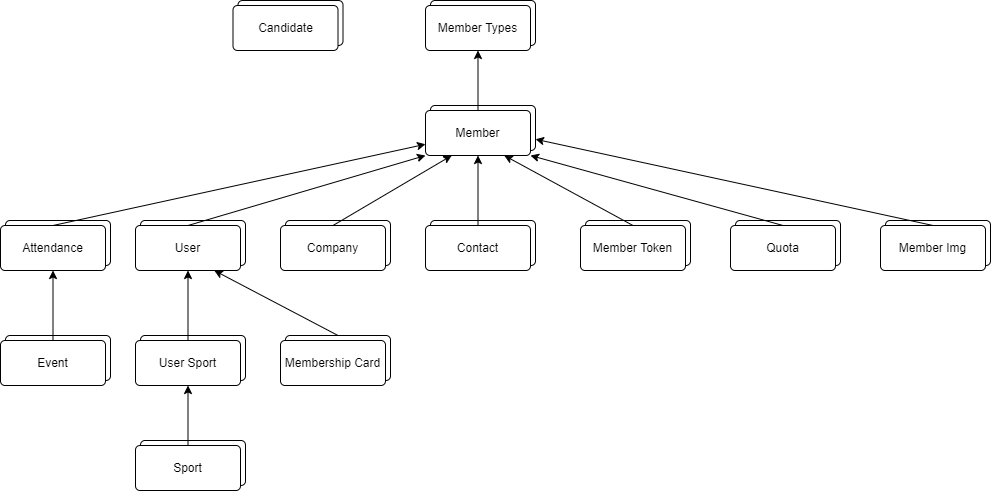
This is docs/Simple-DB-model.png from BernardoFMF/surf-management-app, a draw.io export, as it was before one commit. Source tidied: cells renumbered, new cells last; positions are measured from the earlier drawing's top-left corner, leaving out a move shared by most shapes. Its diagram source:
```xml
<mxGraphModel>
  <root>
    <mxCell id="0" />
    <mxCell id="1" parent="0" />
    <mxCell id="2" value="Entity" style="rounded=1;arcSize=10;whiteSpace=wrap;html=1;align=center;" parent="1" vertex="1">
      <mxGeometry x="430" y="105" width="105" height="45" as="geometry" />
    </mxCell>
    <mxCell id="3" value="Member" style="rounded=1;arcSize=10;whiteSpace=wrap;html=1;align=center;" parent="1" vertex="1">
      <mxGeometry x="425" y="110" width="105" height="45" as="geometry" />
    </mxCell>
    <mxCell id="4" value="Entity" style="rounded=1;arcSize=10;whiteSpace=wrap;html=1;align=center;" parent="1" vertex="1">
      <mxGeometry x="735" y="220" width="105" height="45" as="geometry" />
    </mxCell>
    <mxCell id="5" value="Quota" style="rounded=1;arcSize=10;whiteSpace=wrap;html=1;align=center;" parent="1" vertex="1">
      <mxGeometry x="730" y="225" width="105" height="45" as="geometry" />
    </mxCell>
    <mxCell id="6" value="Entity" style="rounded=1;arcSize=10;whiteSpace=wrap;html=1;align=center;" parent="1" vertex="1">
      <mxGeometry x="430" width="105" height="45" as="geometry" />
    </mxCell>
    <mxCell id="7" value="Member Types" style="rounded=1;arcSize=10;whiteSpace=wrap;html=1;align=center;" parent="1" vertex="1">
      <mxGeometry x="425" y="5" width="105" height="45" as="geometry" />
    </mxCell>
    <mxCell id="8" value="Entity" style="rounded=1;arcSize=10;whiteSpace=wrap;html=1;align=center;" parent="1" vertex="1">
      <mxGeometry x="585" y="220" width="105" height="45" as="geometry" />
    </mxCell>
    <mxCell id="9" value="Member Token" style="rounded=1;arcSize=10;whiteSpace=wrap;html=1;align=center;" parent="1" vertex="1">
      <mxGeometry x="580" y="225" width="105" height="45" as="geometry" />
    </mxCell>
    <mxCell id="10" value="Entity" style="rounded=1;arcSize=10;whiteSpace=wrap;html=1;align=center;" parent="1" vertex="1">
      <mxGeometry x="430" y="220" width="105" height="45" as="geometry" />
    </mxCell>
    <mxCell id="11" value="Contact" style="rounded=1;arcSize=10;whiteSpace=wrap;html=1;align=center;" parent="1" vertex="1">
      <mxGeometry x="425" y="225" width="105" height="45" as="geometry" />
    </mxCell>
    <mxCell id="12" value="Entity" style="rounded=1;arcSize=10;whiteSpace=wrap;html=1;align=center;" parent="1" vertex="1">
      <mxGeometry x="285" y="220" width="105" height="45" as="geometry" />
    </mxCell>
    <mxCell id="13" value="Company" style="rounded=1;arcSize=10;whiteSpace=wrap;html=1;align=center;" parent="1" vertex="1">
      <mxGeometry x="280" y="225" width="105" height="45" as="geometry" />
    </mxCell>
    <mxCell id="14" value="Entity" style="rounded=1;arcSize=10;whiteSpace=wrap;html=1;align=center;" parent="1" vertex="1">
      <mxGeometry x="140" y="220" width="105" height="45" as="geometry" />
    </mxCell>
    <mxCell id="15" value="User" style="rounded=1;arcSize=10;whiteSpace=wrap;html=1;align=center;" parent="1" vertex="1">
      <mxGeometry x="135" y="225" width="105" height="45" as="geometry" />
    </mxCell>
    <mxCell id="16" value="Entity" style="rounded=1;arcSize=10;whiteSpace=wrap;html=1;align=center;" parent="1" vertex="1">
      <mxGeometry x="5" y="220" width="105" height="45" as="geometry" />
    </mxCell>
    <mxCell id="17" value="Attendance" style="rounded=1;arcSize=10;whiteSpace=wrap;html=1;align=center;" parent="1" vertex="1">
      <mxGeometry y="225" width="105" height="45" as="geometry" />
    </mxCell>
    <mxCell id="18" value="Entity" style="rounded=1;arcSize=10;whiteSpace=wrap;html=1;align=center;" parent="1" vertex="1">
      <mxGeometry x="5" y="335" width="105" height="45" as="geometry" />
    </mxCell>
    <mxCell id="19" value="Event" style="rounded=1;arcSize=10;whiteSpace=wrap;html=1;align=center;" parent="1" vertex="1">
      <mxGeometry y="340" width="105" height="45" as="geometry" />
    </mxCell>
    <mxCell id="20" value="Entity" style="rounded=1;arcSize=10;whiteSpace=wrap;html=1;align=center;" parent="1" vertex="1">
      <mxGeometry x="140" y="335" width="105" height="45" as="geometry" />
    </mxCell>
    <mxCell id="21" value="User Sport" style="rounded=1;arcSize=10;whiteSpace=wrap;html=1;align=center;" parent="1" vertex="1">
      <mxGeometry x="135" y="340" width="105" height="45" as="geometry" />
    </mxCell>
    <mxCell id="22" value="Entity" style="rounded=1;arcSize=10;whiteSpace=wrap;html=1;align=center;" parent="1" vertex="1">
      <mxGeometry x="140" y="440" width="105" height="45" as="geometry" />
    </mxCell>
    <mxCell id="23" value="Sport" style="rounded=1;arcSize=10;whiteSpace=wrap;html=1;align=center;" parent="1" vertex="1">
      <mxGeometry x="135" y="445" width="105" height="45" as="geometry" />
    </mxCell>
    <mxCell id="24" value="Entity" style="rounded=1;arcSize=10;whiteSpace=wrap;html=1;align=center;" parent="1" vertex="1">
      <mxGeometry x="285" y="335" width="105" height="45" as="geometry" />
    </mxCell>
    <mxCell id="25" value="Membership Card" style="rounded=1;arcSize=10;whiteSpace=wrap;html=1;align=center;" parent="1" vertex="1">
      <mxGeometry x="280" y="340" width="105" height="45" as="geometry" />
    </mxCell>
    <mxCell id="26" value="Entity" style="rounded=1;arcSize=10;whiteSpace=wrap;html=1;align=center;" parent="1" vertex="1">
      <mxGeometry x="885" y="220" width="105" height="45" as="geometry" />
    </mxCell>
    <mxCell id="27" value="Member Img" style="rounded=1;arcSize=10;whiteSpace=wrap;html=1;align=center;" parent="1" vertex="1">
      <mxGeometry x="880" y="225" width="105" height="45" as="geometry" />
    </mxCell>
    <mxCell id="28" value="Entity" style="rounded=1;arcSize=10;whiteSpace=wrap;html=1;align=center;" parent="1" vertex="1">
      <mxGeometry x="237.5" width="105" height="45" as="geometry" />
    </mxCell>
    <mxCell id="29" value="Candidate" style="rounded=1;arcSize=10;whiteSpace=wrap;html=1;align=center;" parent="1" vertex="1">
      <mxGeometry x="232.5" y="5" width="105" height="45" as="geometry" />
    </mxCell>
    <mxCell id="30" style="endArrow=classic;html=1;rounded=0;entryX=0.5;entryY=1;entryDx=0;entryDy=0;exitX=0.5;exitY=0;exitDx=0;exitDy=0;" parent="1" edge="1" source="11" target="3">
      <mxGeometry relative="1" as="geometry" />
    </mxCell>
    <mxCell id="31" style="endArrow=classic;html=1;rounded=0;exitX=0.5;exitY=0;exitDx=0;exitDy=0;entryX=0.25;entryY=1;entryDx=0;entryDy=0;" parent="1" edge="1" source="13" target="3">
      <mxGeometry relative="1" as="geometry" />
    </mxCell>
    <mxCell id="32" style="endArrow=classic;html=1;rounded=0;exitX=0.5;exitY=0;exitDx=0;exitDy=0;entryX=0;entryY=1;entryDx=0;entryDy=0;" parent="1" edge="1" source="15" target="3">
      <mxGeometry relative="1" as="geometry" />
    </mxCell>
    <mxCell id="33" style="endArrow=classic;html=1;rounded=0;exitX=0.5;exitY=0;exitDx=0;exitDy=0;entryX=0;entryY=0.75;entryDx=0;entryDy=0;" parent="1" edge="1" source="17" target="3">
      <mxGeometry relative="1" as="geometry" />
    </mxCell>
    <mxCell id="34" style="endArrow=classic;html=1;rounded=0;exitX=0.5;exitY=0;exitDx=0;exitDy=0;entryX=0.75;entryY=1;entryDx=0;entryDy=0;" parent="1" edge="1" source="9" target="3">
      <mxGeometry relative="1" as="geometry" />
    </mxCell>
    <mxCell id="35" style="endArrow=classic;html=1;rounded=0;exitX=0.5;exitY=0;exitDx=0;exitDy=0;entryX=1;entryY=1;entryDx=0;entryDy=0;" parent="1" edge="1" source="5" target="3">
      <mxGeometry relative="1" as="geometry" />
    </mxCell>
    <mxCell id="36" style="endArrow=classic;html=1;rounded=0;exitX=0.5;exitY=0;exitDx=0;exitDy=0;entryX=1;entryY=0.75;entryDx=0;entryDy=0;" parent="1" edge="1" source="27" target="2">
      <mxGeometry relative="1" as="geometry" />
    </mxCell>
    <mxCell id="37" style="endArrow=classic;html=1;rounded=0;exitX=0.5;exitY=0;exitDx=0;exitDy=0;entryX=0.5;entryY=1;entryDx=0;entryDy=0;" parent="1" edge="1" source="3" target="7">
      <mxGeometry relative="1" as="geometry" />
    </mxCell>
    <mxCell id="38" style="endArrow=classic;html=1;rounded=0;exitX=0.5;exitY=0;exitDx=0;exitDy=0;entryX=0.75;entryY=1;entryDx=0;entryDy=0;" parent="1" edge="1" source="24" target="15">
      <mxGeometry relative="1" as="geometry" />
    </mxCell>
    <mxCell id="39" style="endArrow=classic;html=1;rounded=0;exitX=0.5;exitY=0;exitDx=0;exitDy=0;entryX=0.5;entryY=1;entryDx=0;entryDy=0;" parent="1" edge="1" source="21" target="15">
      <mxGeometry relative="1" as="geometry" />
    </mxCell>
    <mxCell id="40" style="endArrow=classic;html=1;rounded=0;exitX=0.5;exitY=0;exitDx=0;exitDy=0;entryX=0.5;entryY=1;entryDx=0;entryDy=0;" parent="1" edge="1" source="19" target="17">
      <mxGeometry relative="1" as="geometry" />
    </mxCell>
    <mxCell id="41" style="endArrow=classic;html=1;rounded=0;exitX=0.5;exitY=0;exitDx=0;exitDy=0;entryX=0.5;entryY=1;entryDx=0;entryDy=0;" parent="1" edge="1" source="23" target="21">
      <mxGeometry relative="1" as="geometry" />
    </mxCell>
  </root>
</mxGraphModel>
```
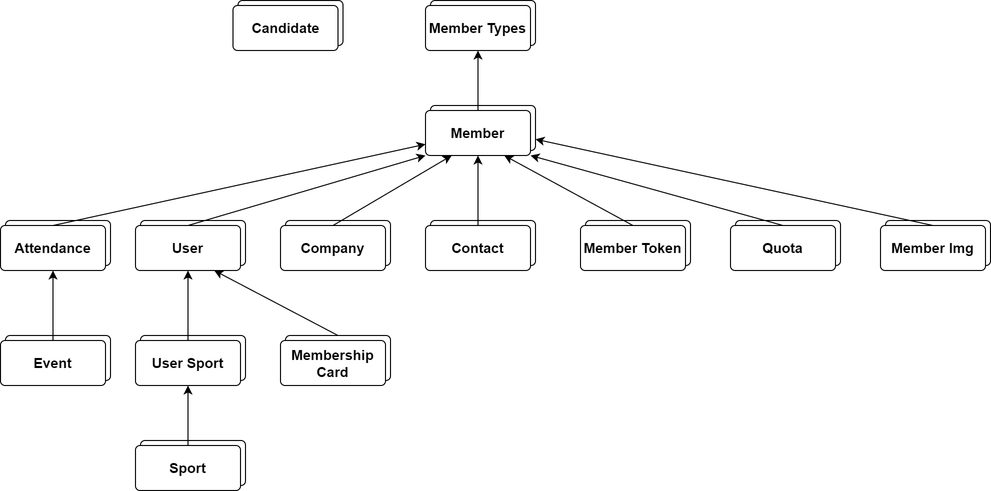
After the change.

Commit message:
Simple data model

The edit, as a diff of the source:
```diff
@@ -5,85 +5,85 @@
     <mxCell id="2" value="Entity" style="rounded=1;arcSize=10;whiteSpace=wrap;html=1;align=center;" parent="1" vertex="1">
       <mxGeometry x="430" y="105" width="105" height="45" as="geometry" />
     </mxCell>
-    <mxCell id="3" value="Member" style="rounded=1;arcSize=10;whiteSpace=wrap;html=1;align=center;" parent="1" vertex="1">
+    <mxCell id="3" value="&lt;b&gt;&lt;font style=&quot;font-size: 14px;&quot;&gt;Member&lt;/font&gt;&lt;/b&gt;" style="rounded=1;arcSize=10;whiteSpace=wrap;html=1;align=center;" parent="1" vertex="1">
       <mxGeometry x="425" y="110" width="105" height="45" as="geometry" />
     </mxCell>
     <mxCell id="4" value="Entity" style="rounded=1;arcSize=10;whiteSpace=wrap;html=1;align=center;" parent="1" vertex="1">
       <mxGeometry x="735" y="220" width="105" height="45" as="geometry" />
     </mxCell>
-    <mxCell id="5" value="Quota" style="rounded=1;arcSize=10;whiteSpace=wrap;html=1;align=center;" parent="1" vertex="1">
+    <mxCell id="5" value="&lt;b&gt;&lt;font style=&quot;font-size: 14px;&quot;&gt;Quota&lt;/font&gt;&lt;/b&gt;" style="rounded=1;arcSize=10;whiteSpace=wrap;html=1;align=center;" parent="1" vertex="1">
       <mxGeometry x="730" y="225" width="105" height="45" as="geometry" />
     </mxCell>
     <mxCell id="6" value="Entity" style="rounded=1;arcSize=10;whiteSpace=wrap;html=1;align=center;" parent="1" vertex="1">
       <mxGeometry x="430" width="105" height="45" as="geometry" />
     </mxCell>
-    <mxCell id="7" value="Member Types" style="rounded=1;arcSize=10;whiteSpace=wrap;html=1;align=center;" parent="1" vertex="1">
+    <mxCell id="7" value="&lt;b&gt;&lt;font style=&quot;font-size: 14px;&quot;&gt;Member Types&lt;/font&gt;&lt;/b&gt;" style="rounded=1;arcSize=10;whiteSpace=wrap;html=1;align=center;" parent="1" vertex="1">
       <mxGeometry x="425" y="5" width="105" height="45" as="geometry" />
     </mxCell>
     <mxCell id="8" value="Entity" style="rounded=1;arcSize=10;whiteSpace=wrap;html=1;align=center;" parent="1" vertex="1">
       <mxGeometry x="585" y="220" width="105" height="45" as="geometry" />
     </mxCell>
-    <mxCell id="9" value="Member Token" style="rounded=1;arcSize=10;whiteSpace=wrap;html=1;align=center;" parent="1" vertex="1">
+    <mxCell id="9" value="&lt;b&gt;&lt;font style=&quot;font-size: 14px;&quot;&gt;Member Token&lt;/font&gt;&lt;/b&gt;" style="rounded=1;arcSize=10;whiteSpace=wrap;html=1;align=center;" parent="1" vertex="1">
       <mxGeometry x="580" y="225" width="105" height="45" as="geometry" />
     </mxCell>
     <mxCell id="10" value="Entity" style="rounded=1;arcSize=10;whiteSpace=wrap;html=1;align=center;" parent="1" vertex="1">
       <mxGeometry x="430" y="220" width="105" height="45" as="geometry" />
     </mxCell>
-    <mxCell id="11" value="Contact" style="rounded=1;arcSize=10;whiteSpace=wrap;html=1;align=center;" parent="1" vertex="1">
+    <mxCell id="11" value="&lt;b&gt;&lt;font style=&quot;font-size: 14px;&quot;&gt;Contact&lt;/font&gt;&lt;/b&gt;" style="rounded=1;arcSize=10;whiteSpace=wrap;html=1;align=center;" parent="1" vertex="1">
       <mxGeometry x="425" y="225" width="105" height="45" as="geometry" />
     </mxCell>
     <mxCell id="12" value="Entity" style="rounded=1;arcSize=10;whiteSpace=wrap;html=1;align=center;" parent="1" vertex="1">
       <mxGeometry x="285" y="220" width="105" height="45" as="geometry" />
     </mxCell>
-    <mxCell id="13" value="Company" style="rounded=1;arcSize=10;whiteSpace=wrap;html=1;align=center;" parent="1" vertex="1">
+    <mxCell id="13" value="&lt;b&gt;&lt;font style=&quot;font-size: 14px;&quot;&gt;Company&lt;/font&gt;&lt;/b&gt;" style="rounded=1;arcSize=10;whiteSpace=wrap;html=1;align=center;" parent="1" vertex="1">
       <mxGeometry x="280" y="225" width="105" height="45" as="geometry" />
     </mxCell>
     <mxCell id="14" value="Entity" style="rounded=1;arcSize=10;whiteSpace=wrap;html=1;align=center;" parent="1" vertex="1">
       <mxGeometry x="140" y="220" width="105" height="45" as="geometry" />
     </mxCell>
-    <mxCell id="15" value="User" style="rounded=1;arcSize=10;whiteSpace=wrap;html=1;align=center;" parent="1" vertex="1">
+    <mxCell id="15" value="&lt;b&gt;&lt;font style=&quot;font-size: 14px;&quot;&gt;User&lt;/font&gt;&lt;/b&gt;" style="rounded=1;arcSize=10;whiteSpace=wrap;html=1;align=center;" parent="1" vertex="1">
       <mxGeometry x="135" y="225" width="105" height="45" as="geometry" />
     </mxCell>
     <mxCell id="16" value="Entity" style="rounded=1;arcSize=10;whiteSpace=wrap;html=1;align=center;" parent="1" vertex="1">
       <mxGeometry x="5" y="220" width="105" height="45" as="geometry" />
     </mxCell>
-    <mxCell id="17" value="Attendance" style="rounded=1;arcSize=10;whiteSpace=wrap;html=1;align=center;" parent="1" vertex="1">
+    <mxCell id="17" value="&lt;b&gt;&lt;font style=&quot;font-size: 14px;&quot;&gt;Attendance&lt;/font&gt;&lt;/b&gt;" style="rounded=1;arcSize=10;whiteSpace=wrap;html=1;align=center;" parent="1" vertex="1">
       <mxGeometry y="225" width="105" height="45" as="geometry" />
     </mxCell>
     <mxCell id="18" value="Entity" style="rounded=1;arcSize=10;whiteSpace=wrap;html=1;align=center;" parent="1" vertex="1">
       <mxGeometry x="5" y="335" width="105" height="45" as="geometry" />
     </mxCell>
-    <mxCell id="19" value="Event" style="rounded=1;arcSize=10;whiteSpace=wrap;html=1;align=center;" parent="1" vertex="1">
+    <mxCell id="19" value="&lt;b&gt;&lt;font style=&quot;font-size: 14px;&quot;&gt;Event&lt;/font&gt;&lt;/b&gt;" style="rounded=1;arcSize=10;whiteSpace=wrap;html=1;align=center;" parent="1" vertex="1">
       <mxGeometry y="340" width="105" height="45" as="geometry" />
     </mxCell>
     <mxCell id="20" value="Entity" style="rounded=1;arcSize=10;whiteSpace=wrap;html=1;align=center;" parent="1" vertex="1">
       <mxGeometry x="140" y="335" width="105" height="45" as="geometry" />
     </mxCell>
-    <mxCell id="21" value="User Sport" style="rounded=1;arcSize=10;whiteSpace=wrap;html=1;align=center;" parent="1" vertex="1">
+    <mxCell id="21" value="&lt;b&gt;&lt;font style=&quot;font-size: 14px;&quot;&gt;User Sport&lt;/font&gt;&lt;/b&gt;" style="rounded=1;arcSize=10;whiteSpace=wrap;html=1;align=center;" parent="1" vertex="1">
       <mxGeometry x="135" y="340" width="105" height="45" as="geometry" />
     </mxCell>
     <mxCell id="22" value="Entity" style="rounded=1;arcSize=10;whiteSpace=wrap;html=1;align=center;" parent="1" vertex="1">
       <mxGeometry x="140" y="440" width="105" height="45" as="geometry" />
     </mxCell>
-    <mxCell id="23" value="Sport" style="rounded=1;arcSize=10;whiteSpace=wrap;html=1;align=center;" parent="1" vertex="1">
+    <mxCell id="23" value="&lt;b&gt;&lt;font style=&quot;font-size: 14px;&quot;&gt;Sport&lt;/font&gt;&lt;/b&gt;" style="rounded=1;arcSize=10;whiteSpace=wrap;html=1;align=center;" parent="1" vertex="1">
       <mxGeometry x="135" y="445" width="105" height="45" as="geometry" />
     </mxCell>
     <mxCell id="24" value="Entity" style="rounded=1;arcSize=10;whiteSpace=wrap;html=1;align=center;" parent="1" vertex="1">
       <mxGeometry x="285" y="335" width="105" height="45" as="geometry" />
     </mxCell>
-    <mxCell id="25" value="Membership Card" style="rounded=1;arcSize=10;whiteSpace=wrap;html=1;align=center;" parent="1" vertex="1">
+    <mxCell id="25" value="&lt;b&gt;&lt;font style=&quot;font-size: 14px;&quot;&gt;Membership Card&lt;/font&gt;&lt;/b&gt;" style="rounded=1;arcSize=10;whiteSpace=wrap;html=1;align=center;" parent="1" vertex="1">
       <mxGeometry x="280" y="340" width="105" height="45" as="geometry" />
     </mxCell>
     <mxCell id="26" value="Entity" style="rounded=1;arcSize=10;whiteSpace=wrap;html=1;align=center;" parent="1" vertex="1">
       <mxGeometry x="885" y="220" width="105" height="45" as="geometry" />
     </mxCell>
-    <mxCell id="27" value="Member Img" style="rounded=1;arcSize=10;whiteSpace=wrap;html=1;align=center;" parent="1" vertex="1">
+    <mxCell id="27" value="&lt;b&gt;&lt;font style=&quot;font-size: 14px;&quot;&gt;Member Img&lt;/font&gt;&lt;/b&gt;" style="rounded=1;arcSize=10;whiteSpace=wrap;html=1;align=center;" parent="1" vertex="1">
       <mxGeometry x="880" y="225" width="105" height="45" as="geometry" />
     </mxCell>
     <mxCell id="28" value="Entity" style="rounded=1;arcSize=10;whiteSpace=wrap;html=1;align=center;" parent="1" vertex="1">
       <mxGeometry x="237.5" width="105" height="45" as="geometry" />
     </mxCell>
-    <mxCell id="29" value="Candidate" style="rounded=1;arcSize=10;whiteSpace=wrap;html=1;align=center;" parent="1" vertex="1">
+    <mxCell id="29" value="&lt;b&gt;&lt;font style=&quot;font-size: 14px;&quot;&gt;Candidate&lt;/font&gt;&lt;/b&gt;" style="rounded=1;arcSize=10;whiteSpace=wrap;html=1;align=center;" parent="1" vertex="1">
       <mxGeometry x="232.5" y="5" width="105" height="45" as="geometry" />
     </mxCell>
     <mxCell id="30" style="endArrow=classic;html=1;rounded=0;entryX=0.5;entryY=1;entryDx=0;entryDy=0;exitX=0.5;exitY=0;exitDx=0;exitDy=0;" parent="1" edge="1" source="11" target="3">
```
